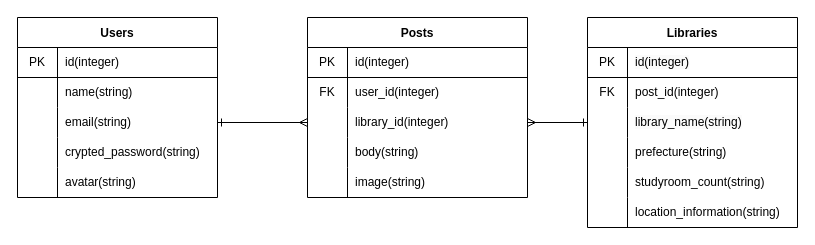
Earlier version of the draw.io diagram ER_diagram.dio (nanako45a/app_development3). Source tidied: cells renumbered, new cells numbered last; positions are measured from the earlier drawing's top-left corner, leaving out a move shared by most shapes. Both pictures are drawn from the tidied source at 100%, with x=0, y=0 at pixel (17, 17).
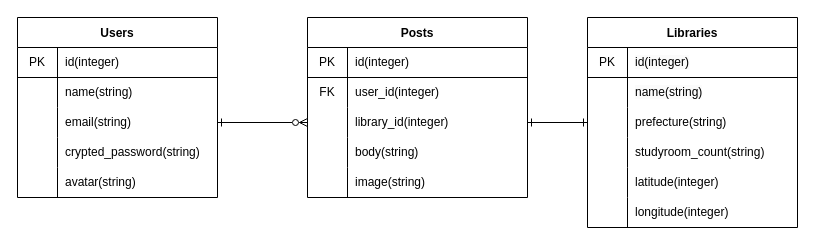
After the change.

Unchanged cells that the change refers to:
```xml
<mxCell id="9" style="shape=tableRow;horizontal=0;startSize=0;swimlaneHead=0;swimlaneBody=0;top=0;left=0;bottom=0;right=0;fillColor=none;points=[[0,0.5],[1,0.5]];portConstraint=eastwest;" parent="2" vertex="1">
  <mxGeometry y="90" width="200" height="30" as="geometry" />
</mxCell>
<mxCell id="25" style="shape=tableRow;horizontal=0;startSize=0;swimlaneHead=0;swimlaneBody=0;top=0;left=0;bottom=0;right=0;fillColor=none;points=[[0,0.5],[1,0.5]];portConstraint=eastwest;" parent="18" vertex="1">
  <mxGeometry y="90" width="220" height="30" as="geometry" />
</mxCell>
<mxCell id="37" value="Libraries" style="shape=table;startSize=30;childLayout=tableLayout;rowLines=0;fontStyle=1;" parent="1" vertex="1">
  <mxGeometry x="570" width="210" height="210" as="geometry" />
</mxCell>
```

Diff of the diagram source:
```diff
@@
-    <mxCell id="41" style="shape=tableRow;horizontal=0;startSize=0;swimlaneHead=0;swimlaneBody=0;top=0;left=0;bottom=0;right=0;fillColor=none;" parent="37" vertex="1">
-      <mxGeometry y="60" width="210" height="30" as="geometry" />
-    </mxCell>
-    <mxCell id="42" value="FK" style="shape=partialRectangle;html=1;whiteSpace=wrap;fillColor=none;top=0;left=0;bottom=0;right=0;overflow=hidden;" parent="41" vertex="1">
-      <mxGeometry width="40" height="30" as="geometry" />
-    </mxCell>
-    <mxCell id="43" value="post_id(integer)" style="shape=partialRectangle;html=1;whiteSpace=wrap;fillColor=none;top=0;left=0;bottom=0;right=0;align=left;spacingLeft=6;overflow=hidden;" parent="41" vertex="1">
-      <mxGeometry x="40" width="170" height="30" as="geometry" />
-    </mxCell>
     <mxCell id="44" style="shape=tableRow;horizontal=0;startSize=0;swimlaneHead=0;swimlaneBody=0;top=0;left=0;bottom=0;right=0;fillColor=none;points=[[0,0.5],[1,0.5]];portConstraint=eastwest;" parent="37" vertex="1">
-      <mxGeometry y="90" width="210" height="30" as="geometry" />
+      <mxGeometry y="60" width="210" height="30" as="geometry" />
     </mxCell>
@@
-    <mxCell id="46" value="&lt;span style=&quot;color: rgb(0, 0, 0); font-family: Helvetica; font-size: 12px; font-style: normal; font-variant-ligatures: normal; font-variant-caps: normal; font-weight: 400; letter-spacing: normal; orphans: 2; text-align: left; text-indent: 0px; text-transform: none; widows: 2; word-spacing: 0px; -webkit-text-stroke-width: 0px; background-color: rgb(251, 251, 251); text-decoration-thickness: initial; text-decoration-style: initial; text-decoration-color: initial; float: none; display: inline !important;&quot;&gt;library_name(string)&lt;/span&gt;" style="shape=partialRectangle;html=1;whiteSpace=wrap;fillColor=none;top=0;left=0;bottom=0;right=0;align=left;spacingLeft=6;overflow=hidden;" parent="44" vertex="1">
+    <mxCell id="46" value="&lt;span style=&quot;color: rgb(0, 0, 0); font-family: Helvetica; font-size: 12px; font-style: normal; font-variant-ligatures: normal; font-variant-caps: normal; font-weight: 400; letter-spacing: normal; orphans: 2; text-align: left; text-indent: 0px; text-transform: none; widows: 2; word-spacing: 0px; -webkit-text-stroke-width: 0px; background-color: rgb(251, 251, 251); text-decoration-thickness: initial; text-decoration-style: initial; text-decoration-color: initial; float: none; display: inline !important;&quot;&gt;name(string)&lt;/span&gt;" style="shape=partialRectangle;html=1;whiteSpace=wrap;fillColor=none;top=0;left=0;bottom=0;right=0;align=left;spacingLeft=6;overflow=hidden;" parent="44" vertex="1">
       <mxGeometry x="40" width="170" height="30" as="geometry" />
     </mxCell>
     <mxCell id="47" style="shape=tableRow;horizontal=0;startSize=0;swimlaneHead=0;swimlaneBody=0;top=0;left=0;bottom=0;right=0;fillColor=none;points=[[0,0.5],[1,0.5]];portConstraint=eastwest;" parent="37" vertex="1">
-      <mxGeometry y="120" width="210" height="30" as="geometry" />
+      <mxGeometry y="90" width="210" height="30" as="geometry" />
     </mxCell>
@@
     <mxCell id="50" style="shape=tableRow;horizontal=0;startSize=0;swimlaneHead=0;swimlaneBody=0;top=0;left=0;bottom=0;right=0;fillColor=none;" parent="37" vertex="1">
-      <mxGeometry y="150" width="210" height="30" as="geometry" />
+      <mxGeometry y="120" width="210" height="30" as="geometry" />
     </mxCell>
@@
     <mxCell id="53" style="shape=tableRow;horizontal=0;startSize=0;swimlaneHead=0;swimlaneBody=0;top=0;left=0;bottom=0;right=0;fillColor=none;" parent="37" vertex="1">
-      <mxGeometry y="180" width="210" height="30" as="geometry" />
+      <mxGeometry y="150" width="210" height="30" as="geometry" />
     </mxCell>
@@
-    <mxCell id="55" value="location_information(string)" style="shape=partialRectangle;html=1;whiteSpace=wrap;fillColor=none;top=0;left=0;bottom=0;right=0;align=left;spacingLeft=6;overflow=hidden;" parent="53" vertex="1">
+    <mxCell id="55" value="latitude(integer)" style="shape=partialRectangle;html=1;whiteSpace=wrap;fillColor=none;top=0;left=0;bottom=0;right=0;align=left;spacingLeft=6;overflow=hidden;" parent="53" vertex="1">
       <mxGeometry x="40" width="170" height="30" as="geometry" />
     </mxCell>
+    <mxCell id="59" style="shape=tableRow;horizontal=0;startSize=0;swimlaneHead=0;swimlaneBody=0;top=0;left=0;bottom=0;right=0;fillColor=none;" parent="37" vertex="1">
+      <mxGeometry y="180" width="210" height="30" as="geometry" />
+    </mxCell>
+    <mxCell id="60" style="shape=partialRectangle;html=1;whiteSpace=wrap;fillColor=none;top=0;left=0;bottom=0;right=0;overflow=hidden;" parent="59" vertex="1">
+      <mxGeometry width="40" height="30" as="geometry" />
+    </mxCell>
+    <mxCell id="61" value="longitude(integer)" style="shape=partialRectangle;html=1;whiteSpace=wrap;fillColor=none;top=0;left=0;bottom=0;right=0;align=left;spacingLeft=6;overflow=hidden;" parent="59" vertex="1">
+      <mxGeometry x="40" width="170" height="30" as="geometry" />
+    </mxCell>
@@
-    <mxCell id="57" style="edgeStyle=none;html=1;exitX=1;exitY=0.5;exitDx=0;exitDy=0;entryX=0;entryY=0.5;entryDx=0;entryDy=0;startArrow=ERone;startFill=0;endArrow=ERmany;endFill=0;" parent="1" edge="1" source="9" target="25">
+    <mxCell id="57" style="edgeStyle=none;html=1;exitX=1;exitY=0.5;exitDx=0;exitDy=0;entryX=0;entryY=0.5;entryDx=0;entryDy=0;startArrow=ERone;startFill=0;endArrow=ERzeroToMany;endFill=0;" parent="1" edge="1" source="9" target="25">
       <mxGeometry relative="1" as="geometry" />
     </mxCell>
-    <mxCell id="58" style="edgeStyle=none;html=1;exitX=1;exitY=0.5;exitDx=0;exitDy=0;entryX=0;entryY=0.5;entryDx=0;entryDy=0;startArrow=ERmany;startFill=0;endArrow=ERone;endFill=0;" parent="1" edge="1" source="25" target="44">
-      <mxGeometry relative="1" as="geometry" />
-    </mxCell>
+    <mxCell id="62" style="edgeStyle=none;html=1;exitX=1;exitY=0.5;exitDx=0;exitDy=0;startArrow=ERone;startFill=0;endArrow=ERone;endFill=0;" parent="1" edge="1" source="25" target="47">
+      <mxGeometry relative="1" as="geometry" />
+    </mxCell>
```
